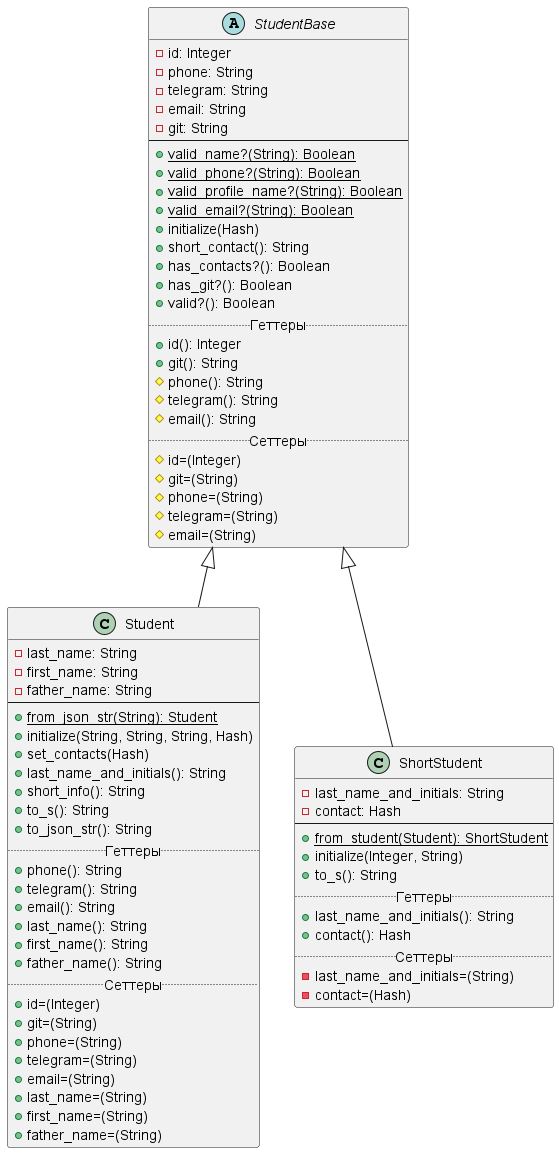
This is Diagrams/lab2.png from r1411/PatternsLabs, a PlantUML export, as it was before one commit.
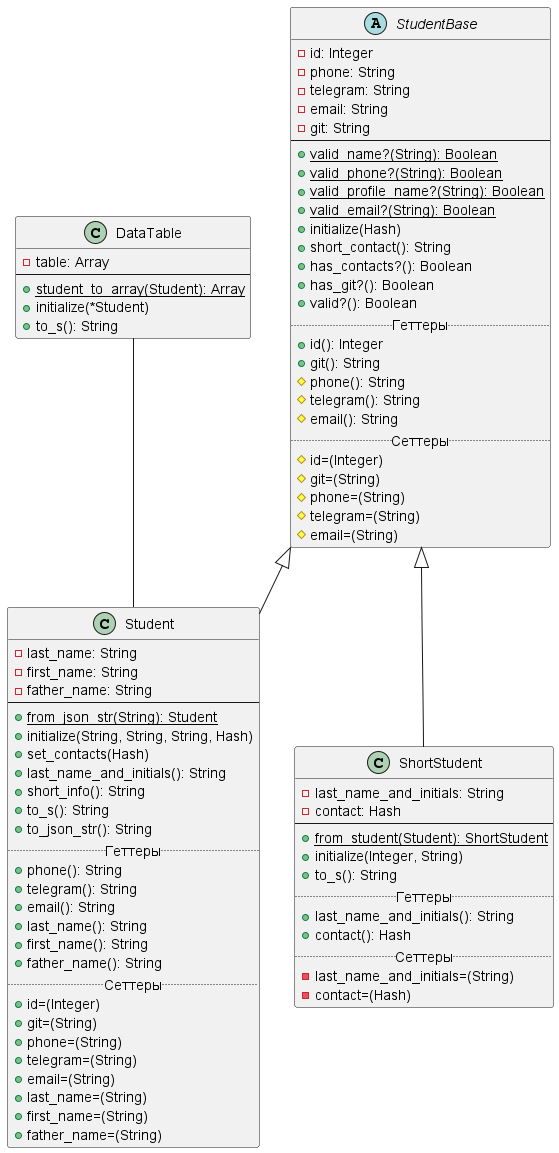
The same file after the commit.

Commit message:
Класс DataTable (Лаб 2, Задание 3.1)

The edit, as a diff of the source:
```diff
@@ -1,4 +1,6 @@
 @startuml
+
+DataTable -- Student
 
 abstract class StudentBase {
     -id: Integer
@@ -75,4 +77,12 @@
     -contact=(Hash)
 }
 
+class DataTable {
+    -table: Array
+    --
+    {static}+student_to_array(Student): Array
+    +initialize(*Student)
+    +to_s(): String
+}
+
 @enduml
```
